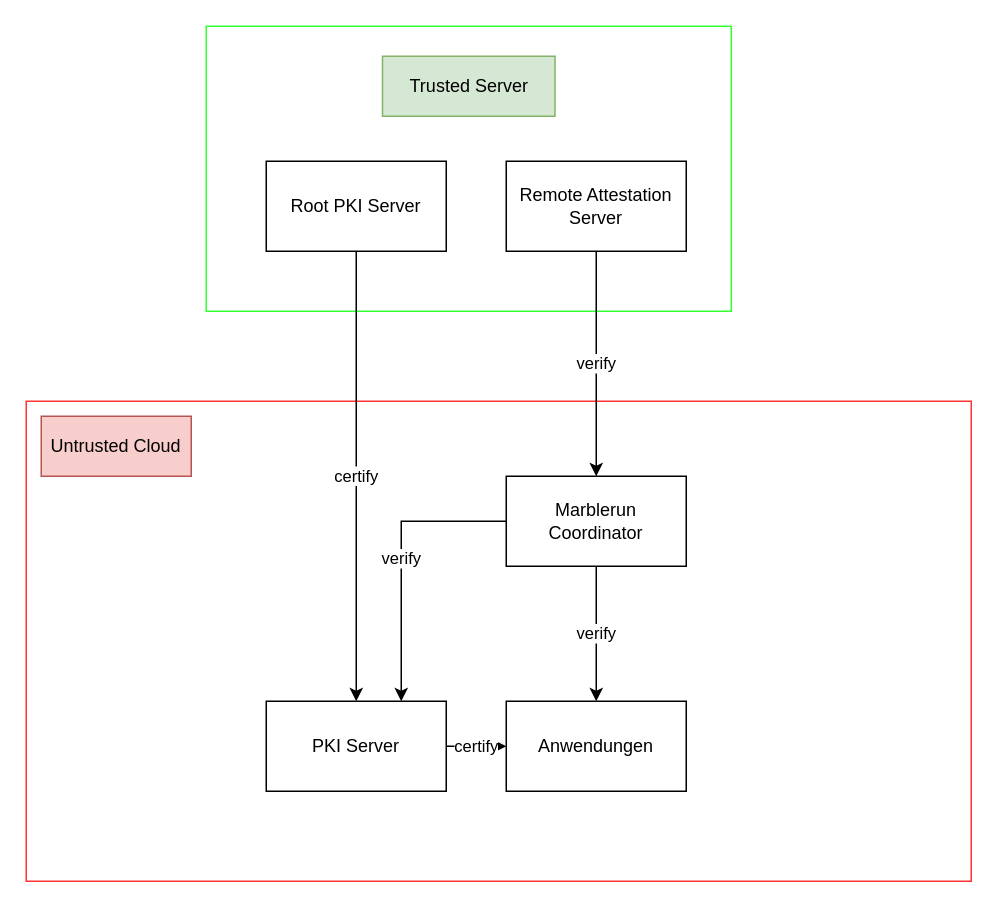
This is cloud/konzeptsingle.drawio from paulgoehring/pki_go, a draw.io file, before an edit. Source tidied: cells renumbered, new cells numbered last; positions are measured from the earlier drawing's top-left corner, leaving out a move shared by most shapes. Both pictures are drawn from the tidied source at 150%, with x=0, y=0 at pixel (26, 26).
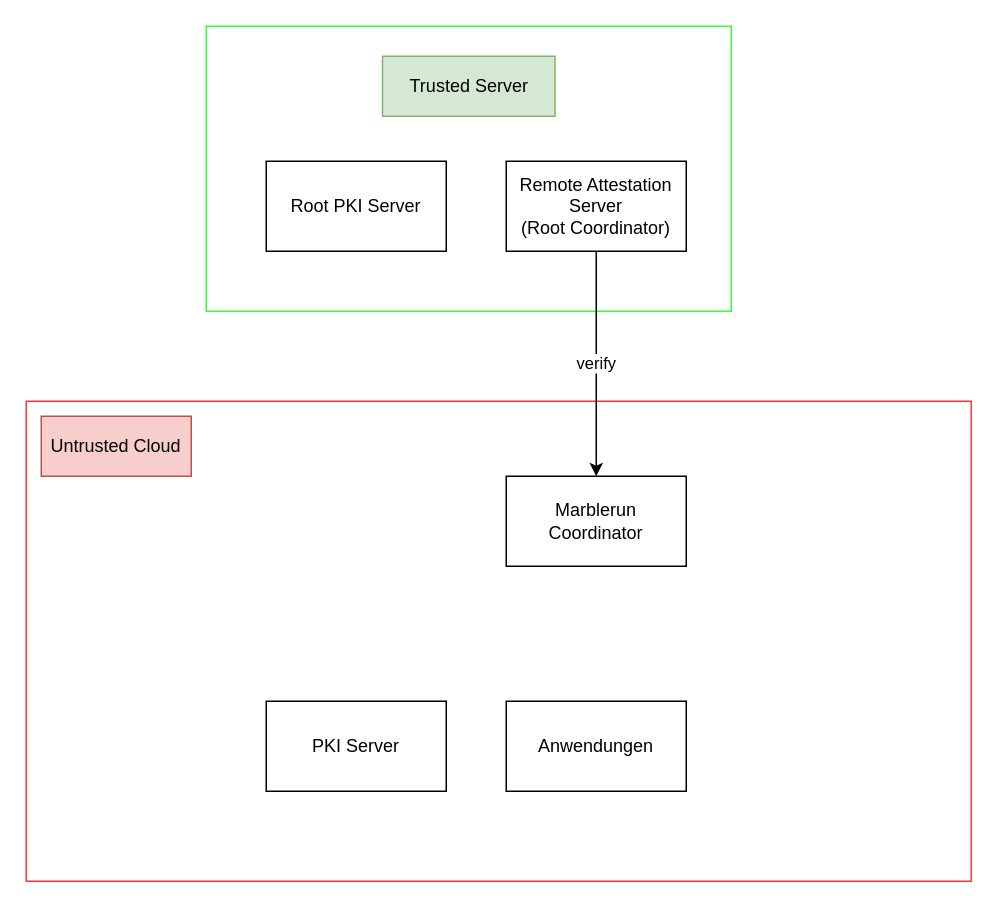
The same diagram, later.

The edit, as a diff of the source:
```diff
@@
 <mxGraphModel>
   <root>
     <mxCell id="0" />
     <mxCell id="1" parent="0" />
     <mxCell id="2" style="rounded=0;whiteSpace=wrap;html=1;strokeColor=#FF3333;" parent="1" vertex="1">
       <mxGeometry y="250" width="630" height="320" as="geometry" />
     </mxCell>
     <mxCell id="3" style="rounded=0;whiteSpace=wrap;html=1;strokeColor=#33FF33;" parent="1" vertex="1">
       <mxGeometry x="120" width="350" height="190" as="geometry" />
     </mxCell>
     <mxCell id="4" value="Trusted Server" style="text;html=1;strokeColor=#82b366;fillColor=#d5e8d4;align=center;verticalAlign=middle;whiteSpace=wrap;rounded=0;" parent="1" vertex="1">
       <mxGeometry x="237.5" y="20" width="115" height="40" as="geometry" />
     </mxCell>
-    <mxCell id="5" value="certify" style="edgeStyle=orthogonalEdgeStyle;rounded=0;jettySize=auto;html=1;exitX=0.5;exitY=1;exitDx=0;exitDy=0;entryX=0.5;entryY=0;entryDx=0;entryDy=0;" parent="1" edge="1" source="6" target="14">
-      <mxGeometry relative="1" as="geometry" />
-    </mxCell>
     <mxCell id="6" value="Root PKI Server" style="rounded=0;whiteSpace=wrap;html=1;" parent="1" vertex="1">
       <mxGeometry x="160" y="90" width="120" height="60" as="geometry" />
     </mxCell>
     <mxCell id="7" value="verify" style="edgeStyle=orthogonalEdgeStyle;rounded=0;jettySize=auto;html=1;exitX=0.5;exitY=1;exitDx=0;exitDy=0;entryX=0.5;entryY=0;entryDx=0;entryDy=0;" parent="1" edge="1" source="8" target="12">
       <mxGeometry relative="1" as="geometry" />
     </mxCell>
-    <mxCell id="8" value="Remote Attestation Server" style="rounded=0;whiteSpace=wrap;html=1;" parent="1" vertex="1">
+    <mxCell id="8" value="Remote Attestation Server&lt;br&gt;(Root Coordinator)" style="rounded=0;whiteSpace=wrap;html=1;" parent="1" vertex="1">
       <mxGeometry x="320" y="90" width="120" height="60" as="geometry" />
     </mxCell>
     <mxCell id="9" value="Untrusted Cloud" style="text;html=1;strokeColor=#b85450;fillColor=#f8cecc;align=center;verticalAlign=middle;whiteSpace=wrap;rounded=0;" parent="1" vertex="1">
       <mxGeometry x="10" y="260" width="100" height="40" as="geometry" />
     </mxCell>
-    <mxCell id="10" value="verify" style="edgeStyle=orthogonalEdgeStyle;rounded=0;jettySize=auto;html=1;exitX=0;exitY=0.5;exitDx=0;exitDy=0;entryX=0.75;entryY=0;entryDx=0;entryDy=0;" parent="1" edge="1" source="12" target="14">
-      <mxGeometry relative="1" as="geometry" />
-    </mxCell>
-    <mxCell id="11" value="verify" style="edgeStyle=orthogonalEdgeStyle;rounded=0;jettySize=auto;html=1;exitX=0.5;exitY=1;exitDx=0;exitDy=0;" parent="1" edge="1" source="12" target="15">
-      <mxGeometry relative="1" as="geometry" />
-    </mxCell>
     <mxCell id="12" value="Marblerun Coordinator" style="rounded=0;whiteSpace=wrap;html=1;" parent="1" vertex="1">
       <mxGeometry x="320" y="300" width="120" height="60" as="geometry" />
     </mxCell>
-    <mxCell id="13" value="certify" style="edgeStyle=orthogonalEdgeStyle;rounded=0;jettySize=auto;html=1;exitX=1;exitY=0.5;exitDx=0;exitDy=0;" parent="1" edge="1" source="14" target="15">
-      <mxGeometry relative="1" as="geometry" />
-    </mxCell>
     <mxCell id="14" value="PKI Server" style="rounded=0;whiteSpace=wrap;html=1;" parent="1" vertex="1">
       <mxGeometry x="160" y="450" width="120" height="60" as="geometry" />
     </mxCell>
     <mxCell id="15" value="Anwendungen" style="rounded=0;whiteSpace=wrap;html=1;" parent="1" vertex="1">
       <mxGeometry x="320" y="450" width="120" height="60" as="geometry" />
     </mxCell>
   </root>
 </mxGraphModel>
```
